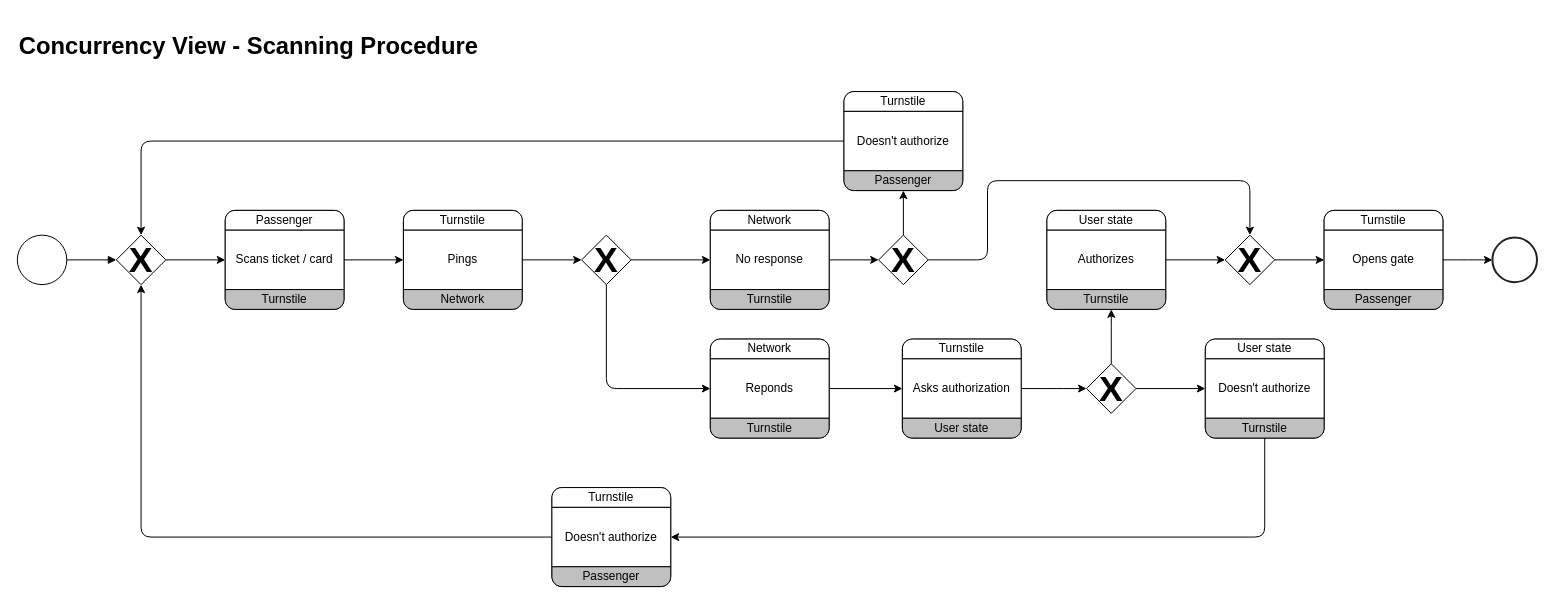
Above: drawings/views_final_version/concurrency_view_2.drawio in aleCombi/SoftwareArchitecture (draw.io), before the change. Source tidied: cells renumbered, new cells numbered last; positions are measured from the earlier drawing's top-left corner, leaving out a move shared by most shapes. Both pictures are drawn from the tidied source at 99%, with x=0, y=0 at pixel (17, 32).
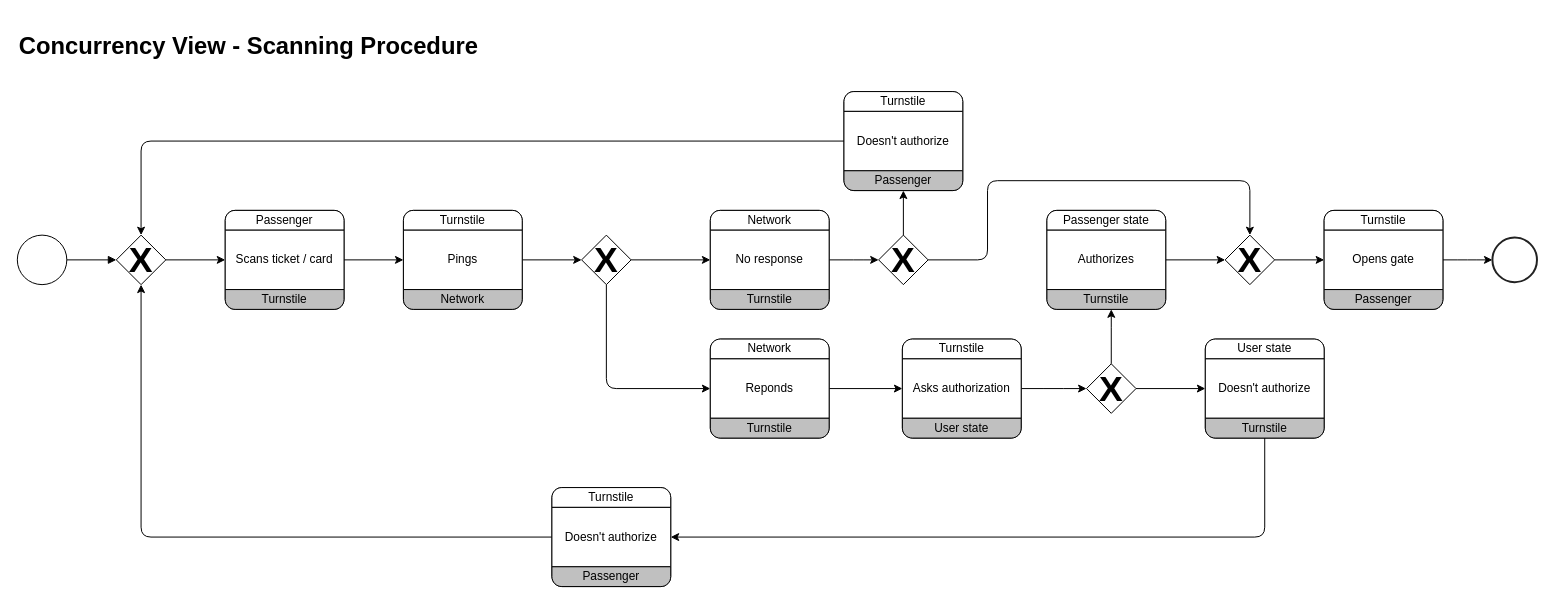
The same diagram, later.

Commit message (it also covers changes not shown here):
Corrections plus user stories per viewpoint

Unchanged cells that the change refers to:
```xml
<mxCell id="36" style="rounded=1;whiteSpace=wrap;html=1;absoluteArcSize=1;arcSize=20;horizontal=1;" parent="1" vertex="1">
  <mxGeometry x="1040" y="180" width="120" height="100" as="geometry" />
</mxCell>
```

The edit, as a diff of the source:
```diff
@@
-    <mxCell id="37" value="User state" style="whiteSpace=wrap;html=1;shape=mxgraph.basic.rect;size=10;rectStyle=rounded;bottomRightStyle=square;bottomLeftStyle=square;" parent="36" vertex="1">
+    <mxCell id="37" value="Passenger state" style="whiteSpace=wrap;html=1;shape=mxgraph.basic.rect;size=10;rectStyle=rounded;bottomRightStyle=square;bottomLeftStyle=square;" parent="36" vertex="1">
       <mxGeometry width="120" height="20" as="geometry" />
     </mxCell>
```
